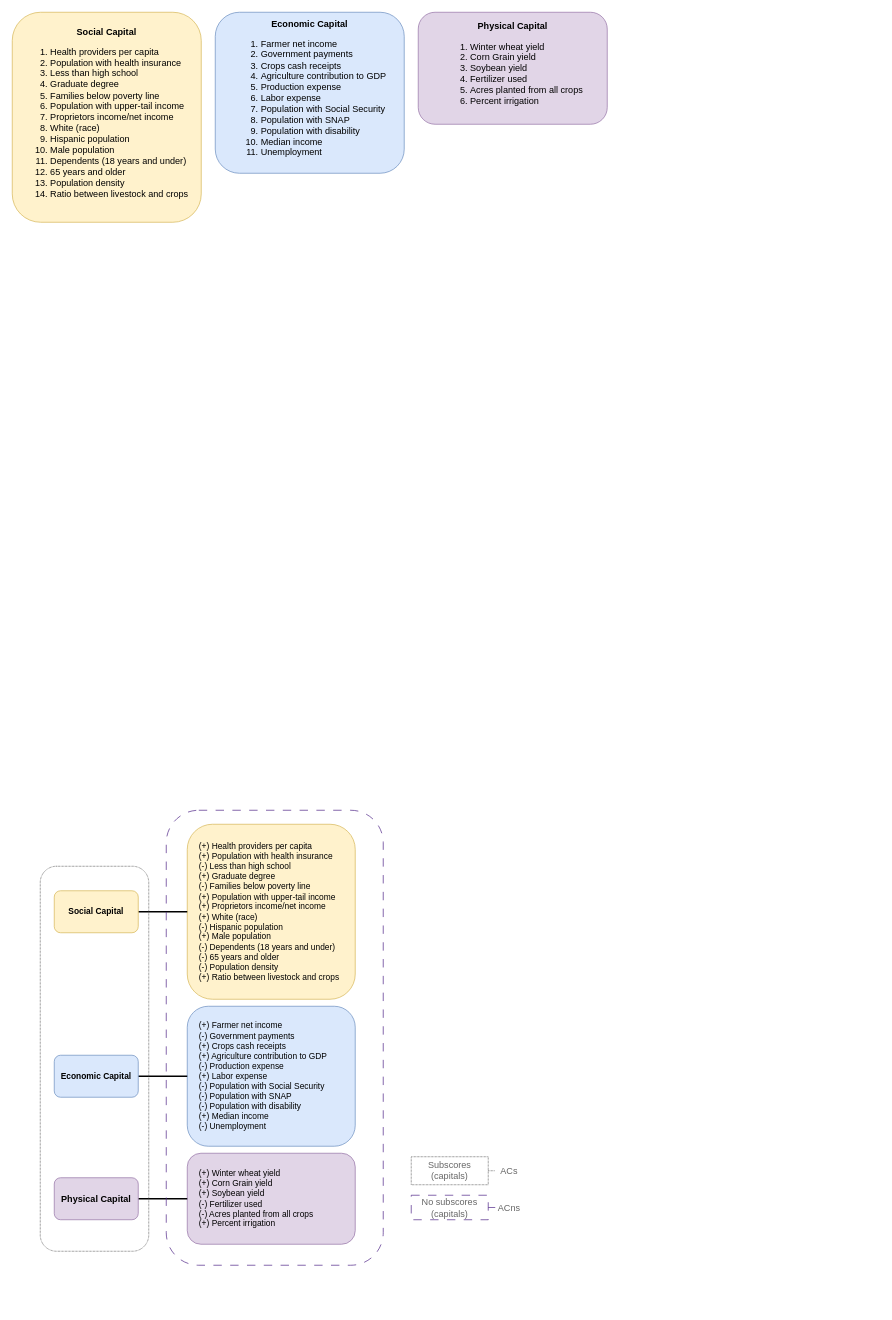
Above: FrameWork2023.drawio in dealchre/gradDrawio (draw.io), before the change. Source tidied: cells renumbered, new cells numbered last; positions are measured from the earlier drawing's top-left corner, leaving out a move shared by most shapes. Both pictures are drawn from the tidied source at 70%, with x=0, y=0 at pixel (12, 12).
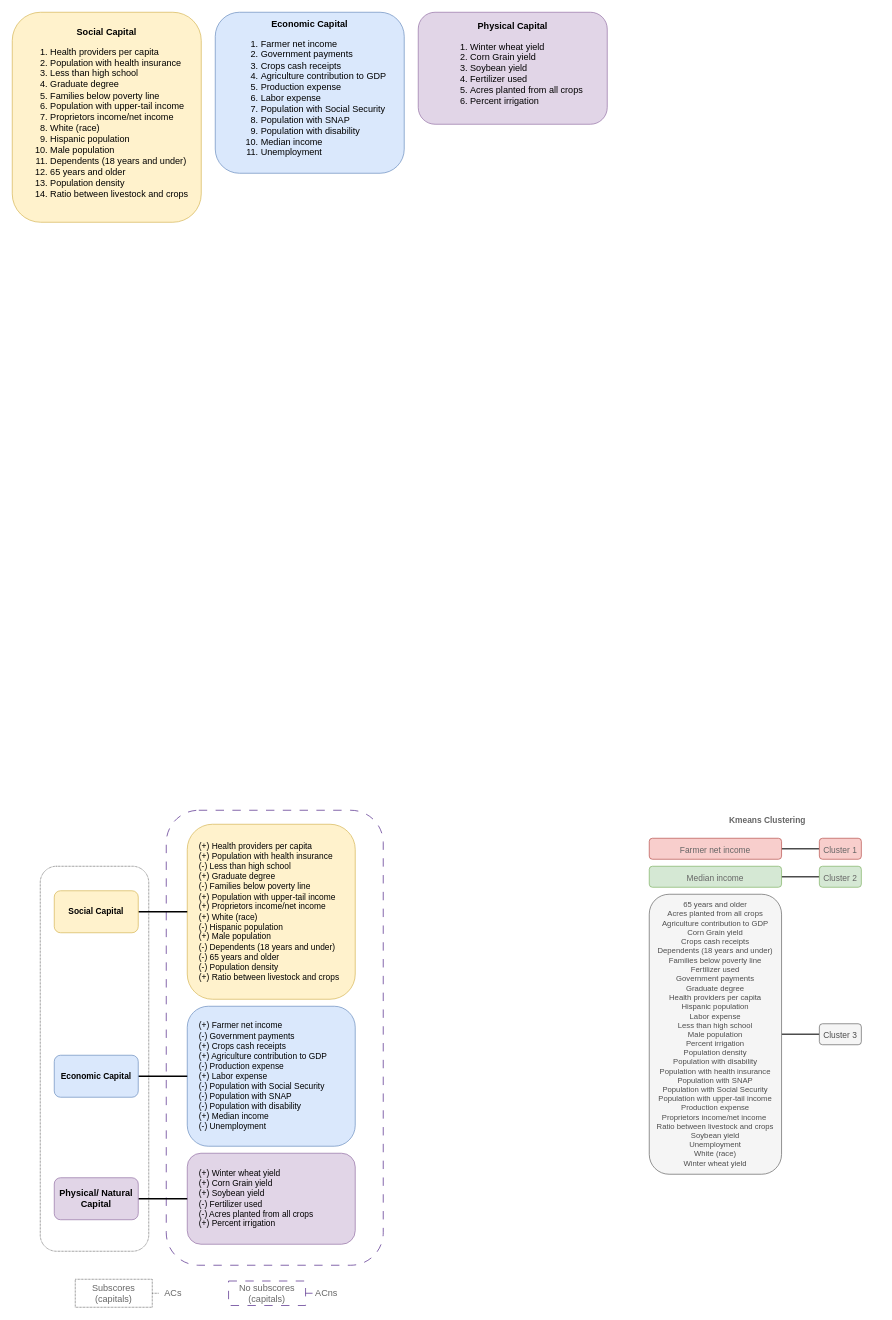
Above is the later version.

What changed in the source:
```diff
@@
+    <mxCell id="14" style="rounded=1;whiteSpace=wrap;html=1;fontSize=13;labelBorderColor=default;labelBackgroundColor=none;gradientColor=default;fillColor=none;dashed=1;dashPattern=12 12;strokeColor=#512888;" parent="1" vertex="1">
+      <mxGeometry x="220" y="1140" width="310" height="650" as="geometry" />
+    </mxCell>
@@
+    <mxCell id="17" style="rounded=1;whiteSpace=wrap;html=1;dashed=1;dashPattern=1 1;labelBackgroundColor=none;labelBorderColor=default;strokeColor=#424242;fontSize=13;fillColor=none;gradientColor=default;" parent="1" vertex="1">
+      <mxGeometry x="40" y="1220" width="155" height="550" as="geometry" />
+    </mxCell>
@@
-    <mxCell id="13" value="&lt;b&gt;Physical Capital&lt;/b&gt;" style="whiteSpace=wrap;html=1;fillColor=#e1d5e7;strokeColor=#9673a6;rounded=1;fontSize=13;" parent="1" vertex="1">
+    <mxCell id="13" value="&lt;b&gt;Physical/ Natural Capital&lt;/b&gt;" style="whiteSpace=wrap;html=1;fillColor=#e1d5e7;strokeColor=#9673a6;rounded=1;fontSize=13;" parent="1" vertex="1">
       <mxGeometry x="60" y="1665" width="120" height="60" as="geometry" />
     </mxCell>
-    <mxCell id="14" style="rounded=1;whiteSpace=wrap;html=1;fontSize=13;labelBorderColor=default;labelBackgroundColor=none;gradientColor=default;fillColor=none;dashed=1;dashPattern=12 12;strokeColor=#512888;" parent="1" vertex="1">
-      <mxGeometry x="220" y="1140" width="310" height="650" as="geometry" />
-    </mxCell>
@@
     <mxCell id="16" value="No subscores (capitals)" style="text;html=1;strokeColor=#512888;fillColor=none;align=center;verticalAlign=middle;whiteSpace=wrap;rounded=0;fontSize=13;fontColor=#666666;dashed=1;dashPattern=12 12;" parent="1" vertex="1">
-      <mxGeometry x="570" y="1690" width="110" height="35" as="geometry" />
+      <mxGeometry x="309" y="1812.5" width="110" height="35" as="geometry" />
     </mxCell>
-    <mxCell id="17" style="rounded=1;whiteSpace=wrap;html=1;dashed=1;dashPattern=1 1;labelBackgroundColor=none;labelBorderColor=default;strokeColor=#424242;fontSize=13;fillColor=none;gradientColor=default;" parent="1" vertex="1">
-      <mxGeometry x="40" y="1220" width="155" height="550" as="geometry" />
-    </mxCell>
@@
     <mxCell id="20" value="Subscores (capitals)" style="text;html=1;strokeColor=#424242;fillColor=none;align=center;verticalAlign=middle;whiteSpace=wrap;rounded=0;fontSize=13;fontColor=#666666;dashed=1;dashPattern=1 1;" parent="1" vertex="1">
-      <mxGeometry x="570" y="1635" width="110" height="40" as="geometry" />
+      <mxGeometry x="90" y="1810" width="110" height="40" as="geometry" />
     </mxCell>
     <mxCell id="21" value="ACs" style="text;html=1;strokeColor=none;fillColor=none;align=center;verticalAlign=middle;whiteSpace=wrap;rounded=0;fontSize=13;fontColor=#666666;" parent="1" vertex="1">
-      <mxGeometry x="690" y="1640" width="40" height="30" as="geometry" />
+      <mxGeometry x="210" y="1815" width="40" height="30" as="geometry" />
     </mxCell>
     <mxCell id="22" value="ACns" style="text;html=1;strokeColor=none;fillColor=none;align=center;verticalAlign=middle;whiteSpace=wrap;rounded=0;fontSize=13;fontColor=#666666;" parent="1" vertex="1">
-      <mxGeometry x="690" y="1692.5" width="40" height="30" as="geometry" />
+      <mxGeometry x="429" y="1815" width="40" height="30" as="geometry" />
     </mxCell>
+    <mxCell id="23" value="&lt;b&gt;Kmeans Clustering&lt;/b&gt;" style="text;html=1;strokeColor=none;fillColor=none;align=center;verticalAlign=middle;whiteSpace=wrap;rounded=0;fontColor=#666666;" parent="1" vertex="1">
+      <mxGeometry x="919" y="1140" width="320" height="30" as="geometry" />
+    </mxCell>
+    <mxCell id="24" style="edgeStyle=orthogonalEdgeStyle;rounded=0;jettySize=auto;html=1;exitX=1;exitY=0.5;exitDx=0;exitDy=0;entryX=0;entryY=0.5;entryDx=0;entryDy=0;endArrow=none;endFill=0;strokeWidth=2;fontColor=#333333;strokeColor=#4D4D4D;" parent="1" edge="1" source="25" target="30">
+      <mxGeometry relative="1" as="geometry" />
+    </mxCell>
+    <mxCell id="25" value="&lt;p style=&quot;margin: 0in; font-family: Calibri, sans-serif;&quot; align=&quot;center&quot; class=&quot;MsoNormal&quot;&gt;&lt;font style=&quot;font-size: 12px;&quot;&gt;Farmer net income&lt;/font&gt;&lt;span style=&quot;font-size: 12pt;&quot;&gt;&lt;/span&gt;&lt;/p&gt;" style="whiteSpace=wrap;html=1;fillColor=#f8cecc;strokeColor=#b85450;rounded=1;fontColor=#666666;" parent="1" vertex="1">
+      <mxGeometry x="910" y="1180" width="189" height="30" as="geometry" />
+    </mxCell>
+    <mxCell id="26" style="edgeStyle=orthogonalEdgeStyle;rounded=0;jettySize=auto;html=1;exitX=1;exitY=0.5;exitDx=0;exitDy=0;entryX=0;entryY=0.5;entryDx=0;entryDy=0;endArrow=none;endFill=0;strokeWidth=2;fontColor=#333333;strokeColor=#4D4D4D;" parent="1" edge="1" source="27" target="31">
+      <mxGeometry relative="1" as="geometry" />
+    </mxCell>
+    <mxCell id="27" value="Median income&lt;span style=&quot;font-size: medium; text-align: start;&quot;&gt;&lt;/span&gt;" style="whiteSpace=wrap;html=1;fillColor=#d5e8d4;strokeColor=#82b366;rounded=1;fontColor=#666666;" parent="1" vertex="1">
+      <mxGeometry x="910" y="1220" width="189" height="30" as="geometry" />
+    </mxCell>
+    <mxCell id="28" style="edgeStyle=orthogonalEdgeStyle;rounded=0;jettySize=auto;html=1;exitX=1;exitY=0.5;exitDx=0;exitDy=0;entryX=0;entryY=0.5;entryDx=0;entryDy=0;endArrow=none;endFill=0;strokeWidth=2;fontColor=#333333;strokeColor=#4D4D4D;" parent="1" edge="1" source="29" target="32">
+      <mxGeometry relative="1" as="geometry" />
+    </mxCell>
+    <mxCell id="29" value="&lt;p style=&quot;margin: 0in; font-family: Calibri, sans-serif; font-size: 11px;&quot; align=&quot;center&quot; class=&quot;MsoNormal&quot;&gt;&lt;font style=&quot;font-size: 11px;&quot;&gt;65 years and older&lt;/font&gt;&lt;/p&gt;&lt;p style=&quot;margin: 0in; font-family: Calibri, sans-serif; font-size: 11px;&quot; align=&quot;center&quot; class=&quot;MsoNormal&quot;&gt;&lt;font style=&quot;font-size: 11px;&quot;&gt;Acres planted from all crops&lt;/font&gt;&lt;/p&gt;&lt;p style=&quot;margin: 0in; font-family: Calibri, sans-serif; font-size: 11px;&quot; align=&quot;center&quot; class=&quot;MsoNormal&quot;&gt;&lt;font style=&quot;font-size: 11px;&quot;&gt;Agriculture contribution to GDP&lt;/font&gt;&lt;/p&gt;&lt;p style=&quot;margin: 0in; font-family: Calibri, sans-serif; font-size: 11px;&quot; align=&quot;center&quot; class=&quot;MsoNormal&quot;&gt;&lt;font style=&quot;font-size: 11px;&quot;&gt;Corn Grain yield&lt;/font&gt;&lt;/p&gt;&lt;p style=&quot;margin: 0in; font-family: Calibri, sans-serif; font-size: 11px;&quot; align=&quot;center&quot; class=&quot;MsoNormal&quot;&gt;&lt;font style=&quot;font-size: 11px;&quot;&gt;Crops cash receipts&lt;/font&gt;&lt;/p&gt;&lt;p style=&quot;margin: 0in; font-family: Calibri, sans-serif; font-size: 11px;&quot; align=&quot;center&quot; class=&quot;MsoNormal&quot;&gt;&lt;font style=&quot;font-size: 11px;&quot;&gt;Dependents (18 years and under)&lt;/font&gt;&lt;/p&gt;&lt;p style=&quot;margin: 0in; font-family: Calibri, sans-serif; font-size: 11px;&quot; align=&quot;center&quot; class=&quot;MsoNormal&quot;&gt;&lt;font style=&quot;font-size: 11px;&quot;&gt;Families below poverty line&lt;/font&gt;&lt;/p&gt;&lt;p style=&quot;margin: 0in; font-family: Calibri, sans-serif; font-size: 11px;&quot; align=&quot;center&quot; class=&quot;MsoNormal&quot;&gt;&lt;font style=&quot;font-size: 11px;&quot;&gt;Fertilizer used&lt;/font&gt;&lt;/p&gt;&lt;p style=&quot;margin: 0in; font-family: Calibri, sans-serif; font-size: 11px;&quot; align=&quot;center&quot; class=&quot;MsoNormal&quot;&gt;&lt;font style=&quot;font-size: 11px;&quot;&gt;Government payments&lt;/font&gt;&lt;/p&gt;&lt;p style=&quot;margin: 0in; font-family: Calibri, sans-serif; font-size: 11px;&quot; align=&quot;center&quot; class=&quot;MsoNormal&quot;&gt;&lt;font style=&quot;font-size: 11px;&quot;&gt;Graduate degree&lt;/font&gt;&lt;/p&gt;&lt;p style=&quot;margin: 0in; font-family: Calibri, sans-serif; font-size: 11px;&quot; align=&quot;center&quot; class=&quot;MsoNormal&quot;&gt;&lt;font style=&quot;font-size: 11px;&quot;&gt;Health providers per capita&lt;/font&gt;&lt;/p&gt;&lt;p style=&quot;margin: 0in; font-family: Calibri, sans-serif; font-size: 11px;&quot; align=&quot;center&quot; class=&quot;MsoNormal&quot;&gt;&lt;font style=&quot;font-size: 11px;&quot;&gt;Hispanic population&lt;/font&gt;&lt;/p&gt;&lt;p style=&quot;margin: 0in; font-family: Calibri, sans-serif; font-size: 11px;&quot; align=&quot;center&quot; class=&quot;MsoNormal&quot;&gt;&lt;font style=&quot;font-size: 11px;&quot;&gt;Labor expense&lt;/font&gt;&lt;/p&gt;&lt;p style=&quot;margin: 0in; font-family: Calibri, sans-serif; font-size: 11px;&quot; align=&quot;center&quot; class=&quot;MsoNormal&quot;&gt;&lt;font style=&quot;font-size: 11px;&quot;&gt;Less than high school&lt;/font&gt;&lt;/p&gt;&lt;p style=&quot;margin: 0in; font-family: Calibri, sans-serif; font-size: 11px;&quot; align=&quot;center&quot; class=&quot;MsoNormal&quot;&gt;&lt;font style=&quot;font-size: 11px;&quot;&gt;Male population&lt;/font&gt;&lt;/p&gt;&lt;p style=&quot;margin: 0in; font-family: Calibri, sans-serif; font-size: 11px;&quot; align=&quot;center&quot; class=&quot;MsoNormal&quot;&gt;&lt;font style=&quot;font-size: 11px;&quot;&gt;Percent irrigation&lt;/font&gt;&lt;/p&gt;&lt;p style=&quot;margin: 0in; font-family: Calibri, sans-serif; font-size: 11px;&quot; align=&quot;center&quot; class=&quot;MsoNormal&quot;&gt;&lt;font style=&quot;font-size: 11px;&quot;&gt;Population density&lt;/font&gt;&lt;/p&gt;&lt;p style=&quot;margin: 0in; font-family: Calibri, sans-serif; font-size: 11px;&quot; align=&quot;center&quot; class=&quot;MsoNormal&quot;&gt;&lt;font style=&quot;font-size: 11px;&quot;&gt;Population with disability&lt;/font&gt;&lt;/p&gt;&lt;p style=&quot;margin: 0in; font-family: Calibri, sans-serif; font-size: 11px;&quot; align=&quot;center&quot; class=&quot;MsoNormal&quot;&gt;&lt;font style=&quot;font-size: 11px;&quot;&gt;Population with health insurance&lt;/font&gt;&lt;/p&gt;&lt;p style=&quot;margin: 0in; font-family: Calibri, sans-serif; font-size: 11px;&quot; align=&quot;center&quot; class=&quot;MsoNormal&quot;&gt;&lt;font style=&quot;font-size: 11px;&quot;&gt;Population with SNAP&lt;/font&gt;&lt;/p&gt;&lt;p style=&quot;margin: 0in; font-family: Calibri, sans-serif; font-size: 11px;&quot; align=&quot;center&quot; class=&quot;MsoNormal&quot;&gt;&lt;font style=&quot;font-size: 11px;&quot;&gt;Population with Social Security&lt;/font&gt;&lt;/p&gt;&lt;p style=&quot;margin: 0in; font-family: Calibri, sans-serif; font-size: 11px;&quot; align=&quot;center&quot; class=&quot;MsoNormal&quot;&gt;&lt;font style=&quot;font-size: 11px;&quot;&gt;Population with upper-tail income&lt;/font&gt;&lt;/p&gt;&lt;p style=&quot;margin: 0in; font-family: Calibri, sans-serif; font-size: 11px;&quot; align=&quot;center&quot; class=&quot;MsoNormal&quot;&gt;&lt;font style=&quot;font-size: 11px;&quot;&gt;Production expense&lt;/font&gt;&lt;/p&gt;&lt;p style=&quot;margin: 0in; font-family: Calibri, sans-serif; font-size: 11px;&quot; align=&quot;center&quot; class=&quot;MsoNormal&quot;&gt;&lt;font style=&quot;font-size: 11px;&quot;&gt;Proprietors income/net income&amp;nbsp;&lt;/font&gt;&lt;/p&gt;&lt;p style=&quot;margin: 0in; font-family: Calibri, sans-serif; font-size: 11px;&quot; align=&quot;center&quot; class=&quot;MsoNormal&quot;&gt;&lt;font style=&quot;font-size: 11px;&quot;&gt;Ratio between livestock and crops&lt;/font&gt;&lt;/p&gt;&lt;p style=&quot;margin: 0in; font-family: Calibri, sans-serif; font-size: 11px;&quot; align=&quot;center&quot; class=&quot;MsoNormal&quot;&gt;&lt;font style=&quot;font-size: 11px;&quot;&gt;Soybean yield&lt;/font&gt;&lt;/p&gt;&lt;p style=&quot;margin: 0in; font-family: Calibri, sans-serif; font-size: 11px;&quot; align=&quot;center&quot; class=&quot;MsoNormal&quot;&gt;&lt;font style=&quot;font-size: 11px;&quot;&gt;Unemployment&lt;/font&gt;&lt;/p&gt;&lt;p style=&quot;margin: 0in; font-family: Calibri, sans-serif; font-size: 11px;&quot; align=&quot;center&quot; class=&quot;MsoNormal&quot;&gt;&lt;font style=&quot;font-size: 11px;&quot;&gt;White (race)&lt;/font&gt;&lt;/p&gt;&lt;p style=&quot;margin: 0in; font-family: Calibri, sans-serif; font-size: 11px;&quot; align=&quot;center&quot; class=&quot;MsoNormal&quot;&gt;&lt;span style=&quot;background-color: initial;&quot;&gt;Winter wheat yield&lt;/span&gt;&lt;/p&gt;&lt;p style=&quot;margin: 0in; font-family: Calibri, sans-serif; font-size: 11px;&quot; align=&quot;center&quot; class=&quot;MsoNormal&quot;&gt;&lt;span style=&quot;font-size: 12pt;&quot;&gt;&lt;/span&gt;&lt;/p&gt;" style="whiteSpace=wrap;html=1;rounded=1;fillColor=#f5f5f5;strokeColor=#666666;fontColor=#4D4D4D;" parent="1" vertex="1">
+      <mxGeometry x="910" y="1260" width="189" height="400" as="geometry" />
+    </mxCell>
+    <mxCell id="30" value="&lt;p style=&quot;margin: 0in; font-family: Calibri, sans-serif;&quot; align=&quot;center&quot; class=&quot;MsoNormal&quot;&gt;&lt;font style=&quot;font-size: 12px;&quot;&gt;Cluster 1&lt;/font&gt;&lt;span style=&quot;font-size: 12pt;&quot;&gt;&lt;/span&gt;&lt;/p&gt;" style="whiteSpace=wrap;html=1;fillColor=#f8cecc;strokeColor=#b85450;rounded=1;fontColor=#666666;" parent="1" vertex="1">
+      <mxGeometry x="1153" y="1180" width="60" height="30" as="geometry" />
+    </mxCell>
+    <mxCell id="31" value="&lt;p style=&quot;margin: 0in; font-family: Calibri, sans-serif;&quot; align=&quot;center&quot; class=&quot;MsoNormal&quot;&gt;&lt;font style=&quot;font-size: 12px;&quot;&gt;Cluster 2&lt;/font&gt;&lt;span style=&quot;font-size: 12pt;&quot;&gt;&lt;/span&gt;&lt;/p&gt;" style="whiteSpace=wrap;html=1;fillColor=#d5e8d4;strokeColor=#82b366;rounded=1;fontColor=#666666;" parent="1" vertex="1">
+      <mxGeometry x="1153" y="1220" width="60" height="30" as="geometry" />
+    </mxCell>
+    <mxCell id="32" value="&lt;p style=&quot;margin: 0in; font-family: Calibri, sans-serif;&quot; align=&quot;center&quot; class=&quot;MsoNormal&quot;&gt;&lt;font style=&quot;font-size: 12px;&quot;&gt;Cluster 3&lt;/font&gt;&lt;span style=&quot;font-size: 12pt;&quot;&gt;&lt;/span&gt;&lt;/p&gt;" style="whiteSpace=wrap;html=1;rounded=1;fillColor=#f5f5f5;strokeColor=#666666;fontColor=#4D4D4D;" parent="1" vertex="1">
+      <mxGeometry x="1153" y="1445" width="60" height="30" as="geometry" />
+    </mxCell>
```
